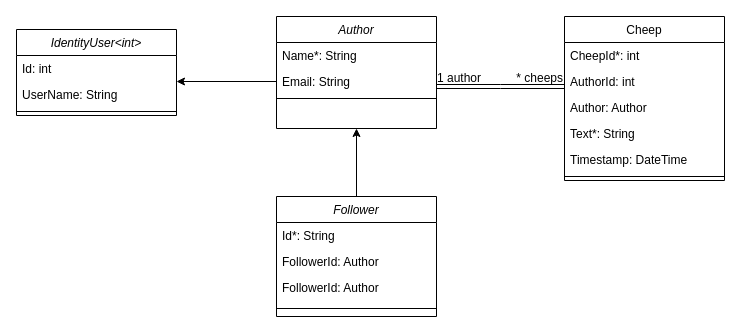
This is docs/diagrams/Domain Model with follower.drawio.xml from ITU-BDSA2024-GROUP31/Chirp, a draw.io file, before an edit. Source tidied: cells renumbered, new cells numbered last; positions are measured from the earlier drawing's top-left corner, leaving out a move shared by most shapes. Both pictures are drawn from the tidied source at 100%, with x=0, y=0 at pixel (16, 16).
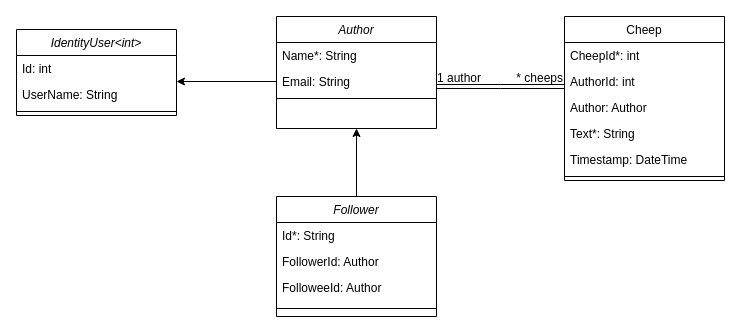
After the change.

Commit message (it also covers changes not shown here):
report fixed domain model diagram

Unchanged cells that the change refers to:
```xml
<mxCell id="22" value="Follower" style="swimlane;fontStyle=2;align=center;verticalAlign=top;horizontal=1;startSize=26;rounded=0;shadow=0;strokeWidth=1;" parent="1" vertex="1">
  <mxGeometry x="260" y="180" width="160" height="120" as="geometry" />
</mxCell>
```

The edit, as a diff of the source:
```diff
@@
-    <mxCell id="25" value="FollowerId: Author" style="text;align=left;verticalAlign=top;spacingLeft=4;spacingRight=4;overflow=hidden;rounded=0;shadow=0;html=0;" parent="22" vertex="1">
+    <mxCell id="25" value="FolloweeId: Author" style="text;align=left;verticalAlign=top;spacingLeft=4;spacingRight=4;overflow=hidden;rounded=0;shadow=0;html=0;" parent="22" vertex="1">
       <mxGeometry y="78" width="160" height="26" as="geometry" />
     </mxCell>
```
